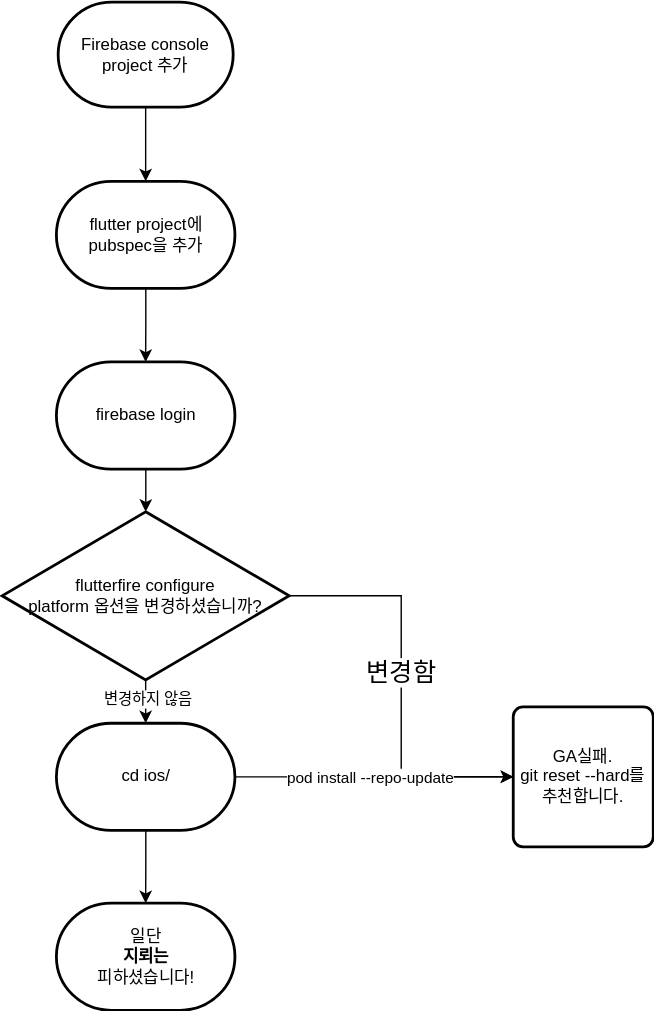
Above: add-ga-process.svg in bisor0627/draw (draw.io), before the change. Source tidied: cells renumbered, new cells last; positions are measured from the earlier drawing's top-left corner, leaving out a move shared by most shapes.
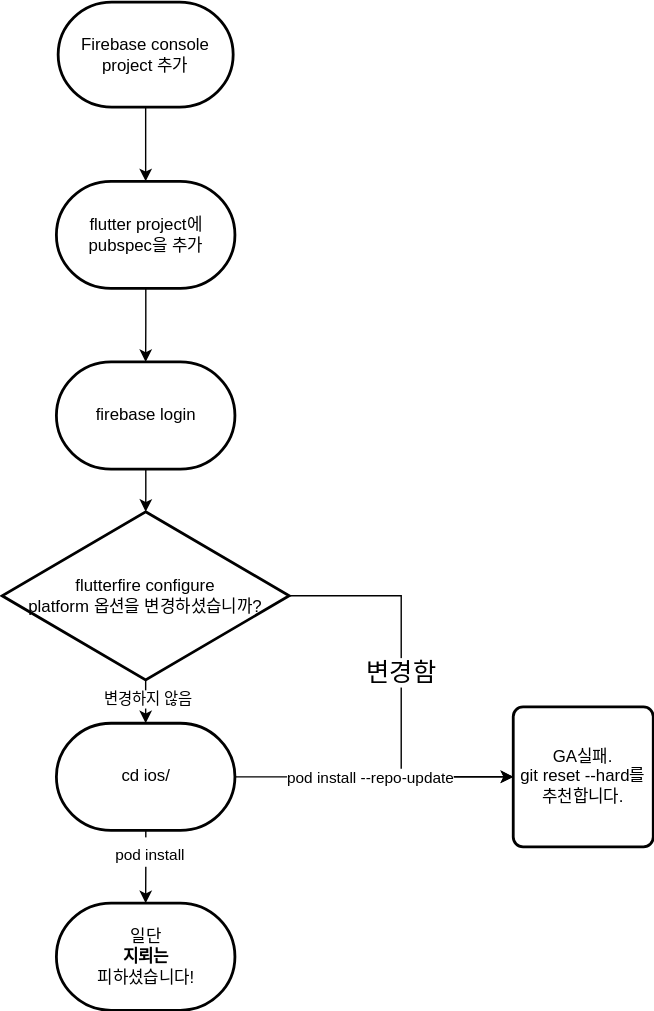
The same file after the commit.

Commit message:
add-ga-process.svg이 추가되었습니다.

The edit, as a diff of the source:
```diff
@@ -47,6 +47,9 @@
     <mxCell id="16" style="edgeStyle=orthogonalEdgeStyle;rounded=0;jettySize=auto;html=1;entryX=0.5;entryY=0;entryDx=0;entryDy=0;entryPerimeter=0;" parent="1" edge="1" source="17" target="18">
       <mxGeometry relative="1" as="geometry" />
     </mxCell>
+    <mxCell id="19" value="&lt;span style=&quot;font-size: 11px;&quot;&gt;pod install&amp;nbsp;&lt;/span&gt;" style="edgeLabel;html=1;align=center;verticalAlign=middle;fontSize=18;" parent="16" vertex="1">
+      <mxGeometry x="-0.42" y="4" relative="1" as="geometry" />
+    </mxCell>
     <mxCell id="17" value="cd ios/" style="strokeWidth=2;html=1;shape=mxgraph.flowchart.terminator;whiteSpace=wrap;" parent="1" vertex="1">
       <mxGeometry x="38.8" y="515" width="127.5" height="76.5" as="geometry" />
     </mxCell>
```
